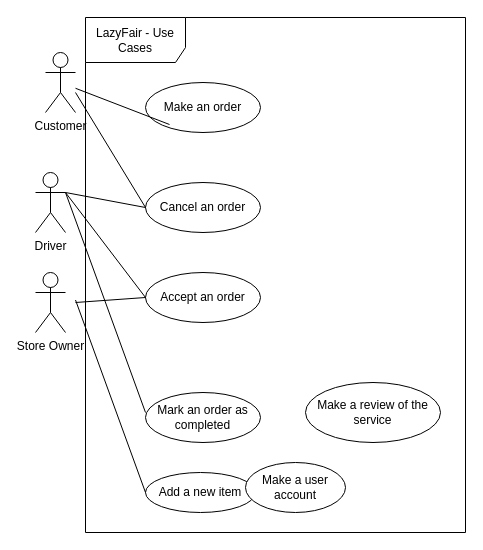
This is Workshop 1 Use Case Diagram.drawio from antonykimuom/SWEN30006-2025-SM1-workshop1-tuew05-14-00-team-12, a draw.io file, before an edit. Source tidied: cells renumbered, new cells numbered last; positions are measured from the earlier drawing's top-left corner, leaving out a move shared by most shapes. Both pictures are drawn from the tidied source at 100%, with x=0, y=0 at pixel (35, 17).
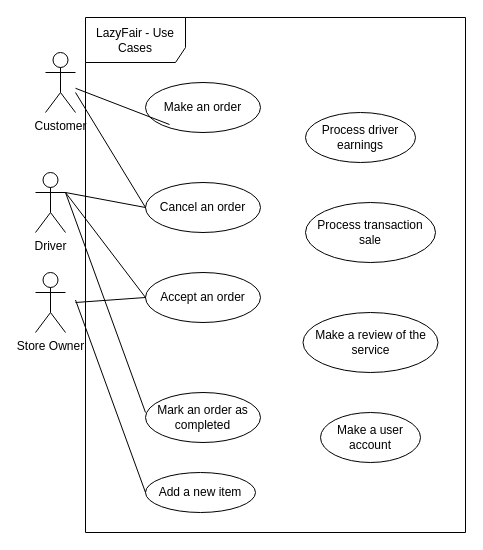
After the change.

What changed in the source:
```diff
@@
     <mxCell id="11" value="Make a review of the service" style="ellipse;whiteSpace=wrap;html=1;" parent="1" vertex="1">
-      <mxGeometry x="270" y="365" width="135" height="60" as="geometry" />
+      <mxGeometry x="267.5" y="295" width="135" height="60" as="geometry" />
     </mxCell>
@@
     <mxCell id="13" value="Make a user account" style="ellipse;whiteSpace=wrap;html=1;" parent="1" vertex="1">
-      <mxGeometry x="210" y="445" width="100" height="50" as="geometry" />
+      <mxGeometry x="285" y="395" width="100" height="50" as="geometry" />
     </mxCell>
@@
+    <mxCell id="20" value="Process driver earnings" style="ellipse;whiteSpace=wrap;html=1;" parent="1" vertex="1">
+      <mxGeometry x="270" y="95" width="110" height="50" as="geometry" />
+    </mxCell>
+    <mxCell id="21" value="Process transaction sale" style="ellipse;whiteSpace=wrap;html=1;" parent="1" vertex="1">
+      <mxGeometry x="270" y="185" width="130" height="60" as="geometry" />
+    </mxCell>
```
